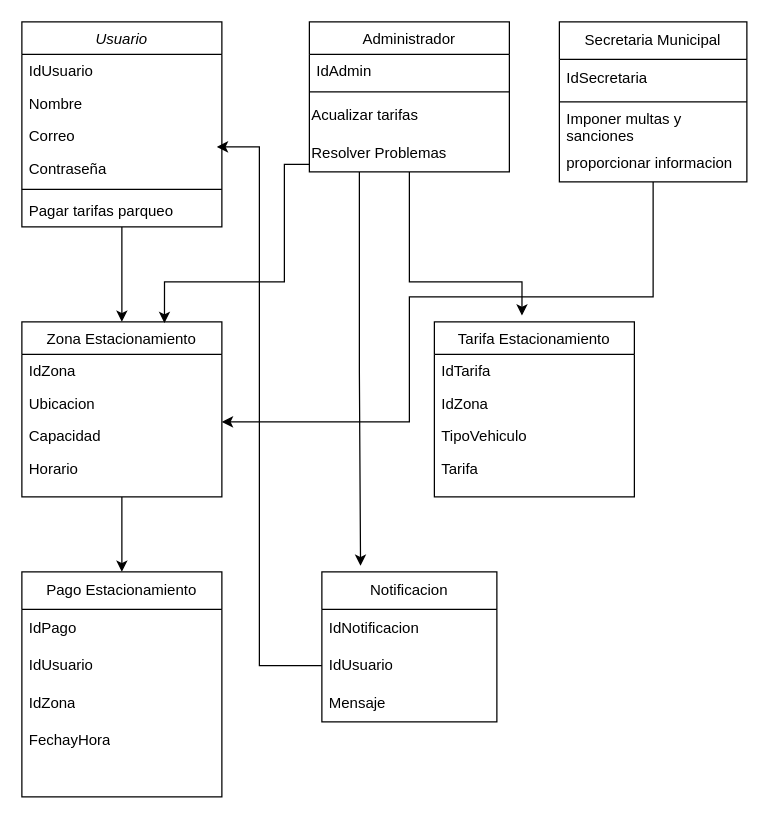
The draw.io diagram Diagrama sin título.drawio in kattrr/claseIPS, before the edit. Source tidied: cells renumbered, new cells numbered last; positions are measured from the earlier drawing's top-left corner, leaving out a move shared by most shapes. Both pictures are drawn from the tidied source at 125%, with x=0, y=0 at pixel (21, 21).
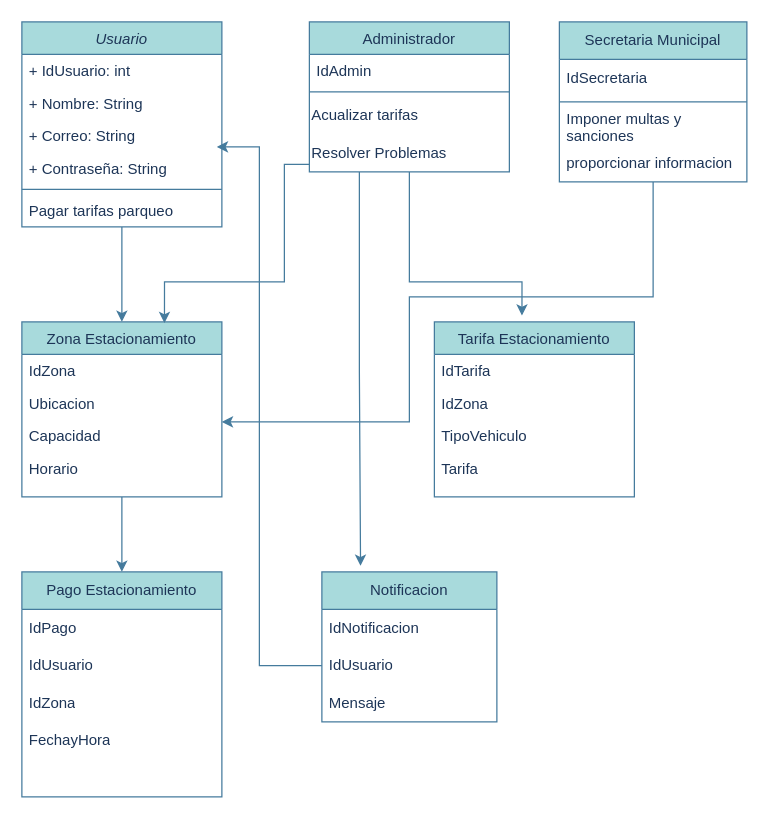
The same diagram, later.

What changed in the source:
```diff
@@
-    <mxCell id="2" style="edgeStyle=orthogonalEdgeStyle;rounded=0;jettySize=auto;html=1;" parent="1" edge="1" source="3" target="11">
+    <mxCell id="2" style="edgeStyle=orthogonalEdgeStyle;rounded=0;jettySize=auto;html=1;labelBackgroundColor=none;strokeColor=#457B9D;fontColor=default;" parent="1" edge="1" source="3" target="11">
       <mxGeometry relative="1" as="geometry" />
     </mxCell>
-    <mxCell id="3" value="Usuario" style="swimlane;fontStyle=2;align=center;verticalAlign=top;horizontal=1;startSize=26;rounded=0;shadow=0;strokeWidth=1;" parent="1" vertex="1">
+    <mxCell id="3" value="Usuario" style="swimlane;fontStyle=2;align=center;verticalAlign=top;horizontal=1;startSize=26;rounded=0;shadow=0;strokeWidth=1;labelBackgroundColor=none;fillColor=#A8DADC;strokeColor=#457B9D;fontColor=#1D3557;" parent="1" vertex="1">
       <mxGeometry width="160" height="164" as="geometry" />
     </mxCell>
-    <mxCell id="4" value="IdUsuario" style="text;align=left;verticalAlign=top;spacingLeft=4;spacingRight=4;overflow=hidden;" parent="3" vertex="1">
+    <mxCell id="4" value="+ IdUsuario: int" style="text;align=left;verticalAlign=top;spacingLeft=4;spacingRight=4;overflow=hidden;labelBackgroundColor=none;fontColor=#1D3557;" parent="3" vertex="1">
       <mxGeometry y="26" width="160" height="26" as="geometry" />
     </mxCell>
-    <mxCell id="5" value="Nombre" style="text;align=left;verticalAlign=top;spacingLeft=4;spacingRight=4;overflow=hidden;rounded=0;shadow=0;html=0;" parent="3" vertex="1">
+    <mxCell id="5" value="+ Nombre: String" style="text;align=left;verticalAlign=top;spacingLeft=4;spacingRight=4;overflow=hidden;rounded=0;shadow=0;html=0;labelBackgroundColor=none;fontColor=#1D3557;" parent="3" vertex="1">
       <mxGeometry y="52" width="160" height="26" as="geometry" />
     </mxCell>
-    <mxCell id="6" value="Correo" style="text;align=left;verticalAlign=top;spacingLeft=4;spacingRight=4;overflow=hidden;rounded=0;shadow=0;html=0;" parent="3" vertex="1">
+    <mxCell id="6" value="+ Correo: String" style="text;align=left;verticalAlign=top;spacingLeft=4;spacingRight=4;overflow=hidden;rounded=0;shadow=0;html=0;labelBackgroundColor=none;fontColor=#1D3557;" parent="3" vertex="1">
       <mxGeometry y="78" width="160" height="26" as="geometry" />
     </mxCell>
-    <mxCell id="7" value="Contraseña" style="text;align=left;verticalAlign=top;spacingLeft=4;spacingRight=4;overflow=hidden;points=[[0,0.5],[1,0.5]];portConstraint=eastwest;rounded=0;shadow=0;html=0;" parent="3" vertex="1">
+    <mxCell id="7" value="+ Contraseña: String" style="text;align=left;verticalAlign=top;spacingLeft=4;spacingRight=4;overflow=hidden;points=[[0,0.5],[1,0.5]];portConstraint=eastwest;rounded=0;shadow=0;html=0;labelBackgroundColor=none;fontColor=#1D3557;" parent="3" vertex="1">
       <mxGeometry y="104" width="160" height="26" as="geometry" />
     </mxCell>
-    <mxCell id="8" style="line;html=1;strokeWidth=1;align=left;verticalAlign=middle;spacingTop=-1;spacingLeft=3;spacingRight=3;labelPosition=right;" parent="3" vertex="1">
+    <mxCell id="8" style="line;html=1;strokeWidth=1;align=left;verticalAlign=middle;spacingTop=-1;spacingLeft=3;spacingRight=3;labelPosition=right;labelBackgroundColor=none;fillColor=#A8DADC;strokeColor=#457B9D;fontColor=#1D3557;" parent="3" vertex="1">
       <mxGeometry y="130" width="160" height="8" as="geometry" />
     </mxCell>
-    <mxCell id="9" value="Pagar tarifas parqueo" style="text;align=left;verticalAlign=top;spacingLeft=4;spacingRight=4;overflow=hidden;" parent="3" vertex="1">
+    <mxCell id="9" value="Pagar tarifas parqueo" style="text;align=left;verticalAlign=top;spacingLeft=4;spacingRight=4;overflow=hidden;labelBackgroundColor=none;fontColor=#1D3557;" parent="3" vertex="1">
       <mxGeometry y="138" width="160" height="26" as="geometry" />
     </mxCell>
-    <mxCell id="10" style="edgeStyle=orthogonalEdgeStyle;rounded=0;jettySize=auto;html=1;exitX=0.5;exitY=1;exitDx=0;exitDy=0;entryX=0.5;entryY=0;entryDx=0;entryDy=0;" parent="1" edge="1" source="11" target="26">
+    <mxCell id="10" style="edgeStyle=orthogonalEdgeStyle;rounded=0;jettySize=auto;html=1;exitX=0.5;exitY=1;exitDx=0;exitDy=0;entryX=0.5;entryY=0;entryDx=0;entryDy=0;labelBackgroundColor=none;strokeColor=#457B9D;fontColor=default;" parent="1" edge="1" source="11" target="26">
       <mxGeometry relative="1" as="geometry" />
     </mxCell>
-    <mxCell id="11" value="Zona Estacionamiento" style="swimlane;fontStyle=0;align=center;verticalAlign=top;horizontal=1;startSize=26;rounded=0;shadow=0;strokeWidth=1;" parent="1" vertex="1">
+    <mxCell id="11" value="Zona Estacionamiento" style="swimlane;fontStyle=0;align=center;verticalAlign=top;horizontal=1;startSize=26;rounded=0;shadow=0;strokeWidth=1;labelBackgroundColor=none;fillColor=#A8DADC;strokeColor=#457B9D;fontColor=#1D3557;" parent="1" vertex="1">
       <mxGeometry y="240" width="160" height="140" as="geometry" />
     </mxCell>
-    <mxCell id="12" value="IdZona" style="text;align=left;verticalAlign=top;spacingLeft=4;spacingRight=4;overflow=hidden;" parent="11" vertex="1">
+    <mxCell id="12" value="IdZona" style="text;align=left;verticalAlign=top;spacingLeft=4;spacingRight=4;overflow=hidden;labelBackgroundColor=none;fontColor=#1D3557;" parent="11" vertex="1">
       <mxGeometry y="26" width="160" height="26" as="geometry" />
     </mxCell>
-    <mxCell id="13" value="Ubicacion" style="text;align=left;verticalAlign=top;spacingLeft=4;spacingRight=4;overflow=hidden;" parent="11" vertex="1">
+    <mxCell id="13" value="Ubicacion" style="text;align=left;verticalAlign=top;spacingLeft=4;spacingRight=4;overflow=hidden;labelBackgroundColor=none;fontColor=#1D3557;" parent="11" vertex="1">
       <mxGeometry y="52" width="160" height="26" as="geometry" />
     </mxCell>
-    <mxCell id="14" value="Capacidad" style="text;align=left;verticalAlign=top;spacingLeft=4;spacingRight=4;overflow=hidden;" parent="11" vertex="1">
+    <mxCell id="14" value="Capacidad" style="text;align=left;verticalAlign=top;spacingLeft=4;spacingRight=4;overflow=hidden;labelBackgroundColor=none;fontColor=#1D3557;" parent="11" vertex="1">
       <mxGeometry y="78" width="160" height="26" as="geometry" />
     </mxCell>
-    <mxCell id="15" value="Horario" style="text;align=left;verticalAlign=top;spacingLeft=4;spacingRight=4;overflow=hidden;" parent="11" vertex="1">
+    <mxCell id="15" value="Horario" style="text;align=left;verticalAlign=top;spacingLeft=4;spacingRight=4;overflow=hidden;labelBackgroundColor=none;fontColor=#1D3557;" parent="11" vertex="1">
       <mxGeometry y="104" width="160" height="26" as="geometry" />
     </mxCell>
-    <mxCell id="16" value="Tarifa Estacionamiento" style="swimlane;fontStyle=0;align=center;verticalAlign=top;horizontal=1;startSize=26;rounded=0;shadow=0;strokeWidth=1;" parent="1" vertex="1">
+    <mxCell id="16" value="Tarifa Estacionamiento" style="swimlane;fontStyle=0;align=center;verticalAlign=top;horizontal=1;startSize=26;rounded=0;shadow=0;strokeWidth=1;labelBackgroundColor=none;fillColor=#A8DADC;strokeColor=#457B9D;fontColor=#1D3557;" parent="1" vertex="1">
       <mxGeometry x="330" y="240" width="160" height="140" as="geometry" />
     </mxCell>
-    <mxCell id="17" value="IdTarifa" style="text;align=left;verticalAlign=top;spacingLeft=4;spacingRight=4;overflow=hidden;" parent="16" vertex="1">
+    <mxCell id="17" value="IdTarifa" style="text;align=left;verticalAlign=top;spacingLeft=4;spacingRight=4;overflow=hidden;labelBackgroundColor=none;fontColor=#1D3557;" parent="16" vertex="1">
       <mxGeometry y="26" width="160" height="26" as="geometry" />
     </mxCell>
-    <mxCell id="18" value="IdZona" style="text;align=left;verticalAlign=top;spacingLeft=4;spacingRight=4;overflow=hidden;" parent="16" vertex="1">
+    <mxCell id="18" value="IdZona" style="text;align=left;verticalAlign=top;spacingLeft=4;spacingRight=4;overflow=hidden;labelBackgroundColor=none;fontColor=#1D3557;" parent="16" vertex="1">
       <mxGeometry y="52" width="160" height="26" as="geometry" />
     </mxCell>
-    <mxCell id="19" value="TipoVehiculo" style="text;align=left;verticalAlign=top;spacingLeft=4;spacingRight=4;overflow=hidden;" parent="16" vertex="1">
+    <mxCell id="19" value="TipoVehiculo" style="text;align=left;verticalAlign=top;spacingLeft=4;spacingRight=4;overflow=hidden;labelBackgroundColor=none;fontColor=#1D3557;" parent="16" vertex="1">
       <mxGeometry y="78" width="160" height="26" as="geometry" />
     </mxCell>
-    <mxCell id="20" value="Tarifa" style="text;align=left;verticalAlign=top;spacingLeft=4;spacingRight=4;overflow=hidden;" parent="16" vertex="1">
+    <mxCell id="20" value="Tarifa" style="text;align=left;verticalAlign=top;spacingLeft=4;spacingRight=4;overflow=hidden;labelBackgroundColor=none;fontColor=#1D3557;" parent="16" vertex="1">
       <mxGeometry y="104" width="160" height="26" as="geometry" />
     </mxCell>
-    <mxCell id="21" value="Administrador" style="swimlane;fontStyle=0;align=center;verticalAlign=top;horizontal=1;startSize=26;rounded=0;shadow=0;strokeWidth=1;" parent="1" vertex="1">
+    <mxCell id="21" value="Administrador" style="swimlane;fontStyle=0;align=center;verticalAlign=top;horizontal=1;startSize=26;rounded=0;shadow=0;strokeWidth=1;labelBackgroundColor=none;fillColor=#A8DADC;strokeColor=#457B9D;fontColor=#1D3557;" parent="1" vertex="1">
       <mxGeometry x="230" width="160" height="120" as="geometry" />
     </mxCell>
-    <mxCell id="22" value="IdAdmin" style="text;align=left;verticalAlign=top;spacingLeft=4;spacingRight=4;overflow=hidden;" parent="21" vertex="1">
+    <mxCell id="22" value="IdAdmin" style="text;align=left;verticalAlign=top;spacingLeft=4;spacingRight=4;overflow=hidden;labelBackgroundColor=none;fontColor=#1D3557;" parent="21" vertex="1">
       <mxGeometry y="26" width="160" height="26" as="geometry" />
     </mxCell>
-    <mxCell id="23" style="line;html=1;strokeWidth=1;align=left;verticalAlign=middle;spacingTop=-1;spacingLeft=3;spacingRight=3;labelPosition=right;" parent="21" vertex="1">
+    <mxCell id="23" style="line;html=1;strokeWidth=1;align=left;verticalAlign=middle;spacingTop=-1;spacingLeft=3;spacingRight=3;labelPosition=right;labelBackgroundColor=none;fillColor=#A8DADC;strokeColor=#457B9D;fontColor=#1D3557;" parent="21" vertex="1">
       <mxGeometry y="52" width="160" height="8" as="geometry" />
     </mxCell>
-    <mxCell id="24" value="Acualizar tarifas" style="text;html=1;align=left;verticalAlign=middle;whiteSpace=wrap;rounded=0;" parent="21" vertex="1">
+    <mxCell id="24" value="Acualizar tarifas" style="text;html=1;align=left;verticalAlign=middle;whiteSpace=wrap;rounded=0;labelBackgroundColor=none;fontColor=#1D3557;" parent="21" vertex="1">
       <mxGeometry y="60" width="160" height="30" as="geometry" />
     </mxCell>
-    <mxCell id="25" value="Resolver Problemas" style="text;html=1;align=left;verticalAlign=middle;whiteSpace=wrap;rounded=0;" parent="21" vertex="1">
+    <mxCell id="25" value="Resolver Problemas" style="text;html=1;align=left;verticalAlign=middle;whiteSpace=wrap;rounded=0;labelBackgroundColor=none;fontColor=#1D3557;" parent="21" vertex="1">
       <mxGeometry y="90" width="160" height="30" as="geometry" />
     </mxCell>
-    <mxCell id="26" value="Pago Estacionamiento" style="swimlane;fontStyle=0;horizontal=1;startSize=30;whiteSpace=wrap;html=1;" parent="1" vertex="1">
+    <mxCell id="26" value="Pago Estacionamiento" style="swimlane;fontStyle=0;horizontal=1;startSize=30;whiteSpace=wrap;html=1;labelBackgroundColor=none;fillColor=#A8DADC;strokeColor=#457B9D;fontColor=#1D3557;" parent="1" vertex="1">
       <mxGeometry y="440" width="160" height="180" as="geometry" />
     </mxCell>
-    <mxCell id="27" value="IdPago" style="text;strokeColor=none;fillColor=none;align=left;verticalAlign=middle;spacingLeft=4;spacingRight=4;overflow=hidden;whiteSpace=wrap;html=1;" parent="26" vertex="1">
+    <mxCell id="27" value="IdPago" style="text;strokeColor=none;fillColor=none;align=left;verticalAlign=middle;spacingLeft=4;spacingRight=4;overflow=hidden;whiteSpace=wrap;html=1;labelBackgroundColor=none;fontColor=#1D3557;" parent="26" vertex="1">
       <mxGeometry y="30" width="160" height="30" as="geometry" />
     </mxCell>
-    <mxCell id="28" value="IdUsuario" style="text;strokeColor=none;fillColor=none;align=left;verticalAlign=middle;spacingLeft=4;spacingRight=4;overflow=hidden;whiteSpace=wrap;html=1;" parent="26" vertex="1">
+    <mxCell id="28" value="IdUsuario" style="text;strokeColor=none;fillColor=none;align=left;verticalAlign=middle;spacingLeft=4;spacingRight=4;overflow=hidden;whiteSpace=wrap;html=1;labelBackgroundColor=none;fontColor=#1D3557;" parent="26" vertex="1">
       <mxGeometry y="60" width="160" height="30" as="geometry" />
     </mxCell>
-    <mxCell id="29" value="IdZona" style="text;strokeColor=none;fillColor=none;align=left;verticalAlign=middle;spacingLeft=4;spacingRight=4;overflow=hidden;whiteSpace=wrap;html=1;" parent="26" vertex="1">
+    <mxCell id="29" value="IdZona" style="text;strokeColor=none;fillColor=none;align=left;verticalAlign=middle;spacingLeft=4;spacingRight=4;overflow=hidden;whiteSpace=wrap;html=1;labelBackgroundColor=none;fontColor=#1D3557;" parent="26" vertex="1">
       <mxGeometry y="90" width="160" height="30" as="geometry" />
     </mxCell>
-    <mxCell id="30" value="FechayHora" style="text;strokeColor=none;fillColor=none;align=left;verticalAlign=middle;spacingLeft=4;spacingRight=4;overflow=hidden;whiteSpace=wrap;html=1;" parent="26" vertex="1">
+    <mxCell id="30" value="FechayHora" style="text;strokeColor=none;fillColor=none;align=left;verticalAlign=middle;spacingLeft=4;spacingRight=4;overflow=hidden;whiteSpace=wrap;html=1;labelBackgroundColor=none;fontColor=#1D3557;" parent="26" vertex="1">
       <mxGeometry y="120" width="160" height="30" as="geometry" />
     </mxCell>
-    <mxCell id="31" style="text;strokeColor=none;fillColor=none;align=left;verticalAlign=middle;spacingLeft=4;spacingRight=4;overflow=hidden;whiteSpace=wrap;html=1;" parent="26" vertex="1">
+    <mxCell id="31" style="text;strokeColor=none;fillColor=none;align=left;verticalAlign=middle;spacingLeft=4;spacingRight=4;overflow=hidden;whiteSpace=wrap;html=1;labelBackgroundColor=none;fontColor=#1D3557;" parent="26" vertex="1">
       <mxGeometry y="150" width="160" height="30" as="geometry" />
     </mxCell>
-    <mxCell id="32" value="&lt;div&gt;Notificacion&lt;/div&gt;" style="swimlane;fontStyle=0;horizontal=1;startSize=30;whiteSpace=wrap;html=1;" parent="1" vertex="1">
+    <mxCell id="32" value="&lt;div&gt;Notificacion&lt;/div&gt;" style="swimlane;fontStyle=0;horizontal=1;startSize=30;whiteSpace=wrap;html=1;labelBackgroundColor=none;fillColor=#A8DADC;strokeColor=#457B9D;fontColor=#1D3557;" parent="1" vertex="1">
       <mxGeometry x="240" y="440" width="140" height="120" as="geometry" />
     </mxCell>
-    <mxCell id="33" value="IdNotificacion" style="text;strokeColor=none;fillColor=none;align=left;verticalAlign=middle;spacingLeft=4;spacingRight=4;overflow=hidden;whiteSpace=wrap;html=1;" parent="32" vertex="1">
+    <mxCell id="33" value="IdNotificacion" style="text;strokeColor=none;fillColor=none;align=left;verticalAlign=middle;spacingLeft=4;spacingRight=4;overflow=hidden;whiteSpace=wrap;html=1;labelBackgroundColor=none;fontColor=#1D3557;" parent="32" vertex="1">
       <mxGeometry y="30" width="140" height="30" as="geometry" />
     </mxCell>
-    <mxCell id="34" value="IdUsuario" style="text;strokeColor=none;fillColor=none;align=left;verticalAlign=middle;spacingLeft=4;spacingRight=4;overflow=hidden;points=[[0,0.5],[1,0.5]];portConstraint=eastwest;whiteSpace=wrap;html=1;" parent="32" vertex="1">
+    <mxCell id="34" value="IdUsuario" style="text;strokeColor=none;fillColor=none;align=left;verticalAlign=middle;spacingLeft=4;spacingRight=4;overflow=hidden;points=[[0,0.5],[1,0.5]];portConstraint=eastwest;whiteSpace=wrap;html=1;labelBackgroundColor=none;fontColor=#1D3557;" parent="32" vertex="1">
       <mxGeometry y="60" width="140" height="30" as="geometry" />
     </mxCell>
-    <mxCell id="35" value="Mensaje" style="text;strokeColor=none;fillColor=none;align=left;verticalAlign=middle;spacingLeft=4;spacingRight=4;overflow=hidden;whiteSpace=wrap;html=1;" parent="32" vertex="1">
+    <mxCell id="35" value="Mensaje" style="text;strokeColor=none;fillColor=none;align=left;verticalAlign=middle;spacingLeft=4;spacingRight=4;overflow=hidden;whiteSpace=wrap;html=1;labelBackgroundColor=none;fontColor=#1D3557;" parent="32" vertex="1">
       <mxGeometry y="90" width="140" height="30" as="geometry" />
     </mxCell>
-    <mxCell id="36" style="edgeStyle=orthogonalEdgeStyle;rounded=0;jettySize=auto;html=1;" parent="1" edge="1" source="37">
+    <mxCell id="36" style="edgeStyle=orthogonalEdgeStyle;rounded=0;jettySize=auto;html=1;labelBackgroundColor=none;strokeColor=#457B9D;fontColor=default;" parent="1" edge="1" source="37">
       <mxGeometry relative="1" as="geometry">
         <mxPoint x="160" y="320" as="targetPoint" />
         <Array as="points">
           <mxPoint x="505" y="220" />
           <mxPoint x="310" y="220" />
           <mxPoint x="310" y="320" />
         </Array>
       </mxGeometry>
     </mxCell>
-    <mxCell id="37" value="Secretaria Municipal" style="swimlane;fontStyle=0;horizontal=1;startSize=30;whiteSpace=wrap;html=1;" parent="1" vertex="1">
+    <mxCell id="37" value="Secretaria Municipal" style="swimlane;fontStyle=0;horizontal=1;startSize=30;whiteSpace=wrap;html=1;labelBackgroundColor=none;fillColor=#A8DADC;strokeColor=#457B9D;fontColor=#1D3557;" parent="1" vertex="1">
       <mxGeometry x="430" width="150" height="128" as="geometry" />
     </mxCell>
-    <mxCell id="38" value="IdSecretaria" style="text;strokeColor=none;fillColor=none;align=left;verticalAlign=middle;spacingLeft=4;spacingRight=4;overflow=hidden;whiteSpace=wrap;html=1;" parent="37" vertex="1">
+    <mxCell id="38" value="IdSecretaria" style="text;strokeColor=none;fillColor=none;align=left;verticalAlign=middle;spacingLeft=4;spacingRight=4;overflow=hidden;whiteSpace=wrap;html=1;labelBackgroundColor=none;fontColor=#1D3557;" parent="37" vertex="1">
       <mxGeometry y="30" width="150" height="30" as="geometry" />
     </mxCell>
-    <mxCell id="39" style="line;html=1;strokeWidth=1;align=left;verticalAlign=middle;spacingTop=-1;spacingLeft=3;spacingRight=3;labelPosition=right;" parent="37" vertex="1">
+    <mxCell id="39" style="line;html=1;strokeWidth=1;align=left;verticalAlign=middle;spacingTop=-1;spacingLeft=3;spacingRight=3;labelPosition=right;labelBackgroundColor=none;fillColor=#A8DADC;strokeColor=#457B9D;fontColor=#1D3557;" parent="37" vertex="1">
       <mxGeometry y="60" width="150" height="8" as="geometry" />
     </mxCell>
-    <mxCell id="40" value="Imponer multas y sanciones" style="text;strokeColor=none;fillColor=none;align=left;verticalAlign=middle;spacingLeft=4;spacingRight=4;overflow=hidden;whiteSpace=wrap;html=1;" parent="37" vertex="1">
+    <mxCell id="40" value="Imponer multas y sanciones" style="text;strokeColor=none;fillColor=none;align=left;verticalAlign=middle;spacingLeft=4;spacingRight=4;overflow=hidden;whiteSpace=wrap;html=1;labelBackgroundColor=none;fontColor=#1D3557;" parent="37" vertex="1">
       <mxGeometry y="68" width="150" height="30" as="geometry" />
     </mxCell>
-    <mxCell id="41" value="proporcionar informacion" style="text;strokeColor=none;fillColor=none;align=left;verticalAlign=middle;spacingLeft=4;spacingRight=4;overflow=hidden;whiteSpace=wrap;html=1;" parent="37" vertex="1">
+    <mxCell id="41" value="proporcionar informacion" style="text;strokeColor=none;fillColor=none;align=left;verticalAlign=middle;spacingLeft=4;spacingRight=4;overflow=hidden;whiteSpace=wrap;html=1;labelBackgroundColor=none;fontColor=#1D3557;" parent="37" vertex="1">
       <mxGeometry y="98" width="150" height="30" as="geometry" />
     </mxCell>
-    <mxCell id="42" style="edgeStyle=orthogonalEdgeStyle;rounded=0;jettySize=auto;html=1;entryX=0.713;entryY=0.007;entryDx=0;entryDy=0;entryPerimeter=0;" parent="1" edge="1" target="11">
+    <mxCell id="42" style="edgeStyle=orthogonalEdgeStyle;rounded=0;jettySize=auto;html=1;entryX=0.713;entryY=0.007;entryDx=0;entryDy=0;entryPerimeter=0;labelBackgroundColor=none;strokeColor=#457B9D;fontColor=default;" parent="1" edge="1" target="11">
       <mxGeometry relative="1" as="geometry">
         <mxPoint x="230" y="114" as="sourcePoint" />
         <Array as="points">
           <mxPoint x="230" y="114" />
           <mxPoint x="210" y="114" />
           <mxPoint x="210" y="208" />
           <mxPoint x="114" y="208" />
         </Array>
       </mxGeometry>
     </mxCell>
-    <mxCell id="43" style="edgeStyle=orthogonalEdgeStyle;rounded=0;jettySize=auto;html=1;entryX=0.438;entryY=-0.036;entryDx=0;entryDy=0;entryPerimeter=0;exitX=0.5;exitY=1;exitDx=0;exitDy=0;" parent="1" edge="1" source="25" target="16">
+    <mxCell id="43" style="edgeStyle=orthogonalEdgeStyle;rounded=0;jettySize=auto;html=1;entryX=0.438;entryY=-0.036;entryDx=0;entryDy=0;entryPerimeter=0;exitX=0.5;exitY=1;exitDx=0;exitDy=0;labelBackgroundColor=none;strokeColor=#457B9D;fontColor=default;" parent="1" edge="1" source="25" target="16">
       <mxGeometry relative="1" as="geometry">
         <Array as="points">
           <mxPoint x="310" y="208" />
           <mxPoint x="400" y="208" />
         </Array>
       </mxGeometry>
     </mxCell>
-    <mxCell id="44" style="edgeStyle=orthogonalEdgeStyle;rounded=0;jettySize=auto;html=1;entryX=0.221;entryY=-0.04;entryDx=0;entryDy=0;entryPerimeter=0;exitX=0.25;exitY=1;exitDx=0;exitDy=0;" parent="1" edge="1" source="25" target="32">
+    <mxCell id="44" style="edgeStyle=orthogonalEdgeStyle;rounded=0;jettySize=auto;html=1;entryX=0.221;entryY=-0.04;entryDx=0;entryDy=0;entryPerimeter=0;exitX=0.25;exitY=1;exitDx=0;exitDy=0;labelBackgroundColor=none;strokeColor=#457B9D;fontColor=default;" parent="1" edge="1" source="25" target="32">
       <mxGeometry relative="1" as="geometry" />
     </mxCell>
-    <mxCell id="45" style="edgeStyle=orthogonalEdgeStyle;rounded=0;jettySize=auto;html=1;entryX=0.975;entryY=-0.154;entryDx=0;entryDy=0;entryPerimeter=0;" parent="1" edge="1" source="34" target="7">
+    <mxCell id="45" style="edgeStyle=orthogonalEdgeStyle;rounded=0;jettySize=auto;html=1;entryX=0.975;entryY=-0.154;entryDx=0;entryDy=0;entryPerimeter=0;labelBackgroundColor=none;strokeColor=#457B9D;fontColor=default;" parent="1" edge="1" source="34" target="7">
       <mxGeometry relative="1" as="geometry">
         <Array as="points">
           <mxPoint x="190" y="515" />
           <mxPoint x="190" y="100" />
         </Array>
       </mxGeometry>
     </mxCell>
```
